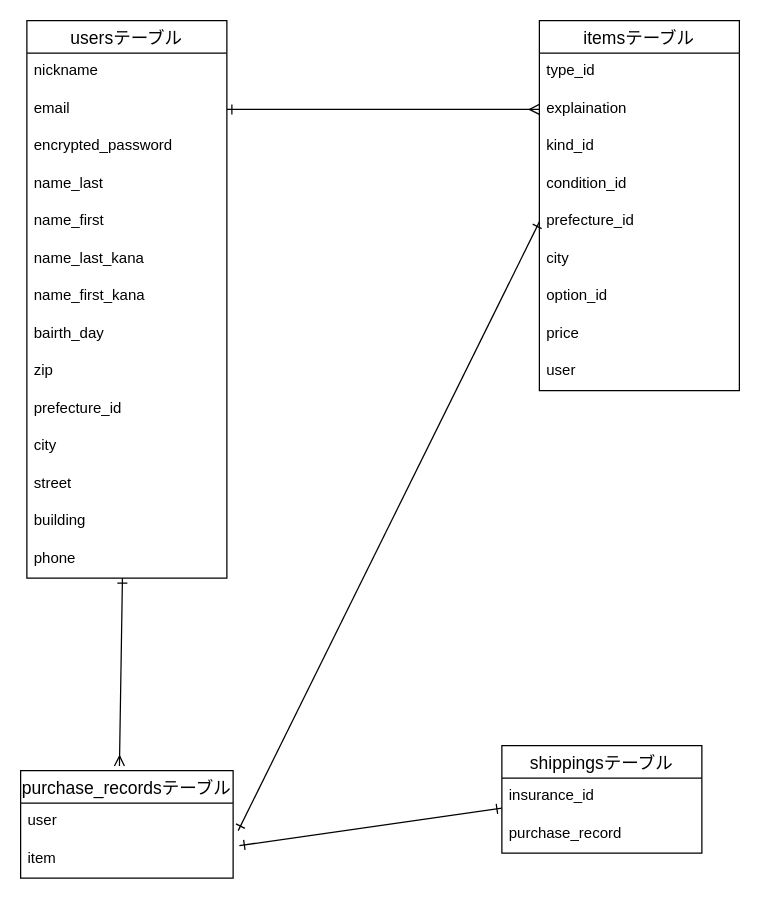
Before: test.dio in sakuuuuuuuu/orijinal-app, a draw.io diagram. Source tidied: cells renumbered, new cells numbered last; positions are measured from the earlier drawing's top-left corner, leaving out a move shared by most shapes. Both pictures are drawn from the tidied source at 125%, with x=0, y=0 at pixel (20, 20).
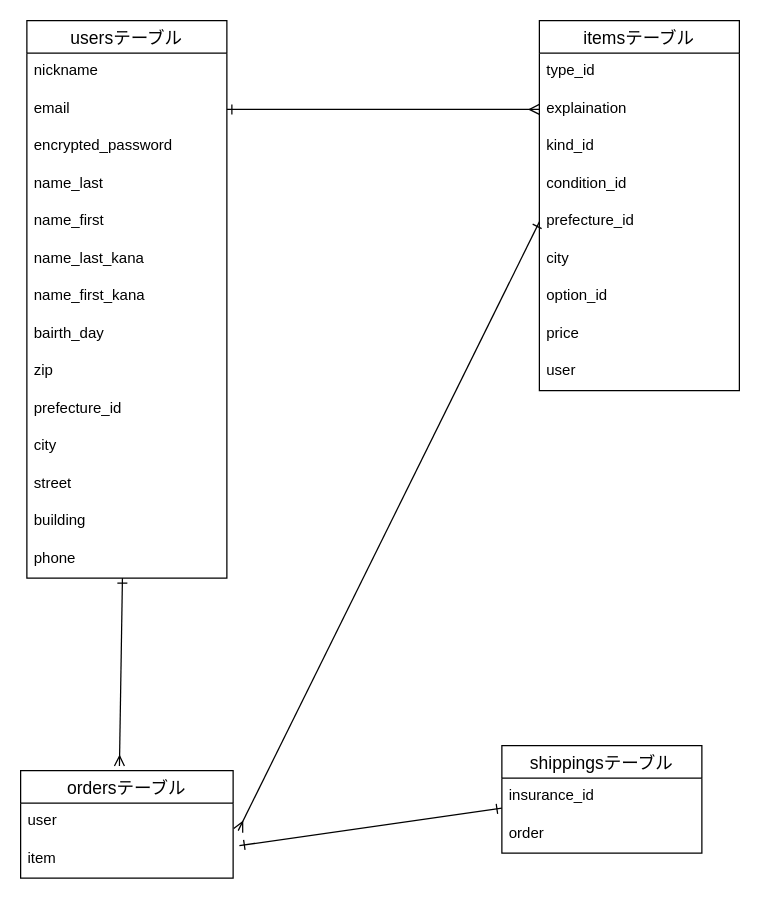
The same diagram, later.

Unchanged cells that the change refers to:
```xml
<mxCell id="23" value="prefecture_id" style="text;strokeColor=none;fillColor=none;spacingLeft=4;spacingRight=4;overflow=hidden;points=[[0,0.5],[1,0.5]];portConstraint=eastwest;fontSize=12;" parent="18" vertex="1">
  <mxGeometry y="146" width="160" height="30" as="geometry" />
</mxCell>
<mxCell id="28" value="shippingsテーブル" style="swimlane;fontStyle=0;horizontal=1;startSize=26;align=center;fontSize=14;" parent="1" vertex="1">
  <mxGeometry x="385" y="580" width="160" height="86" as="geometry" />
</mxCell>
<mxCell id="34" value="user" style="text;strokeColor=none;fillColor=none;spacingLeft=4;spacingRight=4;overflow=hidden;points=[[0,0.5],[1,0.5]];portConstraint=eastwest;fontSize=12;" parent="33" vertex="1">
  <mxGeometry y="26" width="170" height="30" as="geometry" />
</mxCell>
```

The edit, as a diff of the source:
```diff
@@
-    <mxCell id="30" value="purchase_record" style="text;strokeColor=none;fillColor=none;spacingLeft=4;spacingRight=4;overflow=hidden;fontSize=12;" parent="28" vertex="1">
+    <mxCell id="30" value="order" style="text;strokeColor=none;fillColor=none;spacingLeft=4;spacingRight=4;overflow=hidden;fontSize=12;" parent="28" vertex="1">
       <mxGeometry y="56" width="160" height="30" as="geometry" />
     </mxCell>
@@
-    <mxCell id="33" value="purchase_recordsテーブル" style="swimlane;fontStyle=0;horizontal=1;startSize=26;align=center;fontSize=14;" parent="1" vertex="1">
+    <mxCell id="33" value="ordersテーブル" style="swimlane;fontStyle=0;horizontal=1;startSize=26;align=center;fontSize=14;" parent="1" vertex="1">
       <mxGeometry y="600" width="170" height="86" as="geometry" />
     </mxCell>
@@
-    <mxCell id="36" style="edgeStyle=none;html=1;exitX=0;exitY=0.5;exitDx=0;exitDy=0;entryX=1.024;entryY=0.733;entryDx=0;entryDy=0;entryPerimeter=0;startArrow=ERone;startFill=0;endArrow=ERone;endFill=0;" parent="1" edge="1" source="23" target="34">
+    <mxCell id="36" style="edgeStyle=none;html=1;exitX=0;exitY=0.5;exitDx=0;exitDy=0;entryX=1.024;entryY=0.733;entryDx=0;entryDy=0;entryPerimeter=0;startArrow=ERone;startFill=0;endArrow=ERmany;endFill=0;" parent="1" edge="1" source="23" target="34">
       <mxGeometry relative="1" as="geometry" />
     </mxCell>
```
